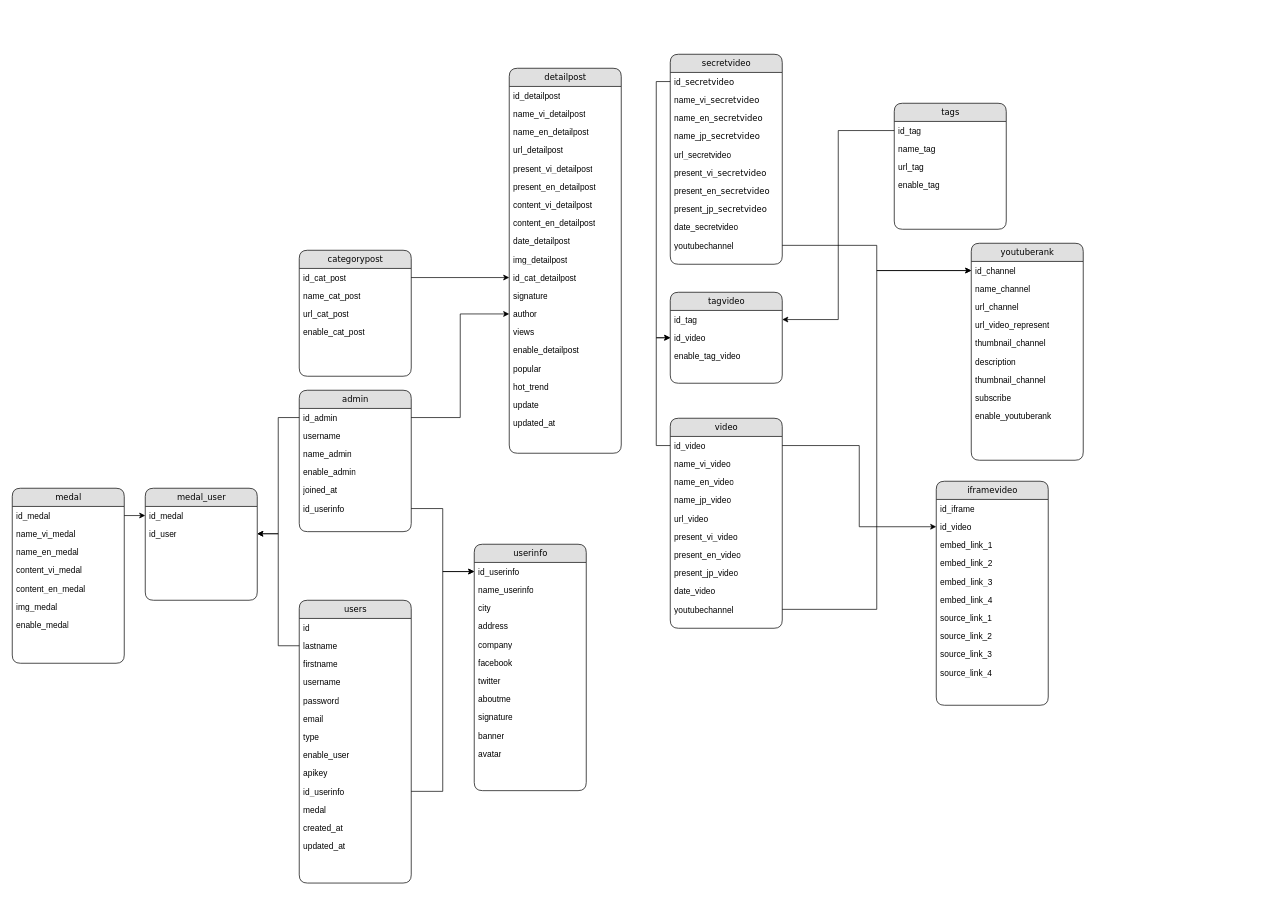
The draw.io diagram document/database.drawio in KINGDOMNVHAI/techbase, before the edit. Source tidied: cells renumbered, new cells numbered last; positions are measured from the earlier drawing's top-left corner, leaving out a move shared by most shapes. Both pictures are drawn from the tidied source at 70%, with x=0, y=0 at pixel (12, 54).
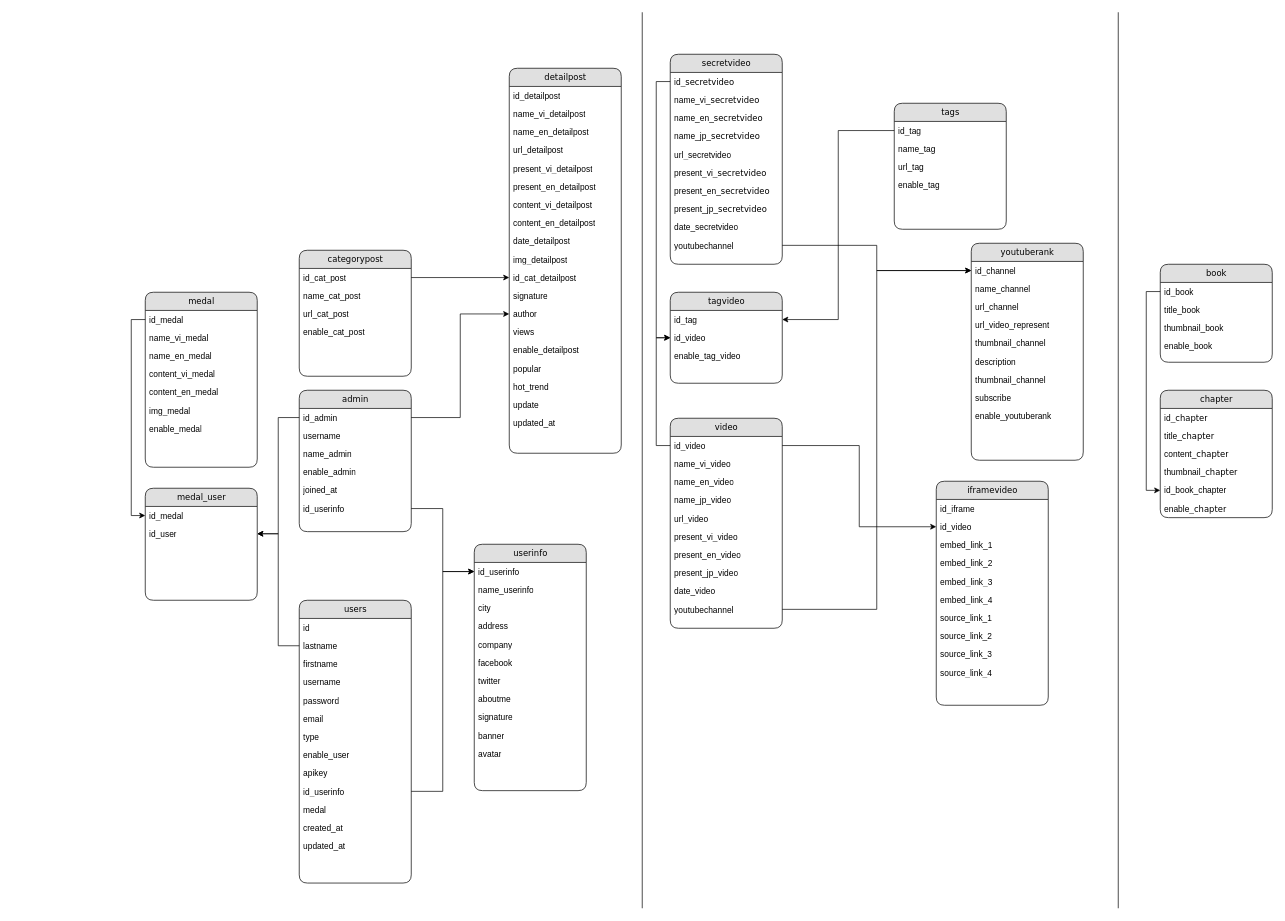
Above is the later version.

The change refers to these unchanged cells:
```xml
<mxCell id="100" value="id_medal" style="text;html=1;strokeColor=none;fillColor=none;spacingLeft=4;spacingRight=4;whiteSpace=wrap;overflow=hidden;points=[[0,0.5],[1,0.5]];portConstraint=eastwest;" parent="99" vertex="1">
  <mxGeometry y="26" width="160" height="26" as="geometry" />
</mxCell>
<mxCell id="108" value="id_medal" style="text;html=1;strokeColor=none;fillColor=none;spacingLeft=4;spacingRight=4;whiteSpace=wrap;overflow=hidden;points=[[0,0.5],[1,0.5]];portConstraint=eastwest;" parent="107" vertex="1">
  <mxGeometry y="26" width="160" height="26" as="geometry" />
</mxCell>
```

Change to the diagram source:
```diff
@@
     <mxCell id="99" value="medal" style="swimlane;html=1;fontStyle=0;horizontal=1;startSize=26;fillColor=#e0e0e0;swimlaneFillColor=#ffffff;align=center;rounded=1;shadow=0;comic=0;labelBackgroundColor=none;strokeWidth=1;fontFamily=Verdana;fontSize=12;" parent="1" vertex="1">
-      <mxGeometry y="620" width="160" height="250" as="geometry" />
+      <mxGeometry x="190" y="340" width="160" height="250" as="geometry" />
     </mxCell>
@@
-    <mxCell id="110" style="edgeStyle=orthogonalEdgeStyle;rounded=0;jettySize=auto;html=1;exitX=1;exitY=0.5;exitDx=0;exitDy=0;entryX=0;entryY=0.5;entryDx=0;entryDy=0;" parent="1" edge="1" source="100" target="108">
-      <mxGeometry relative="1" as="geometry" />
-    </mxCell>
@@
+    <mxCell id="136" style="endArrow=none;html=1;" parent="1" edge="1">
+      <mxGeometry relative="1" as="geometry">
+        <mxPoint x="900" y="1220" as="sourcePoint" />
+        <mxPoint x="900" y="-60" as="targetPoint" />
+      </mxGeometry>
+    </mxCell>
+    <mxCell id="137" style="endArrow=none;html=1;" parent="1" edge="1">
+      <mxGeometry relative="1" as="geometry">
+        <mxPoint x="1580" y="1220" as="sourcePoint" />
+        <mxPoint x="1580" y="-60" as="targetPoint" />
+      </mxGeometry>
+    </mxCell>
+    <mxCell id="110" style="edgeStyle=orthogonalEdgeStyle;rounded=0;jettySize=auto;html=1;entryX=0;entryY=0.5;entryDx=0;entryDy=0;" parent="1" edge="1" source="100" target="108">
+      <mxGeometry relative="1" as="geometry" />
+    </mxCell>
+    <mxCell id="138" value="book" style="swimlane;html=1;fontStyle=0;horizontal=1;startSize=26;fillColor=#e0e0e0;swimlaneFillColor=#ffffff;align=center;rounded=1;shadow=0;comic=0;labelBackgroundColor=none;strokeWidth=1;fontFamily=Verdana;fontSize=12;" parent="1" vertex="1">
+      <mxGeometry x="1640" y="300" width="160" height="140" as="geometry" />
+    </mxCell>
+    <mxCell id="139" value="id_book" style="text;html=1;strokeColor=none;fillColor=none;spacingLeft=4;spacingRight=4;whiteSpace=wrap;overflow=hidden;points=[[0,0.5],[1,0.5]];portConstraint=eastwest;" parent="138" vertex="1">
+      <mxGeometry y="26" width="160" height="26" as="geometry" />
+    </mxCell>
+    <mxCell id="140" value="title_book" style="text;html=1;strokeColor=none;fillColor=none;spacingLeft=4;spacingRight=4;whiteSpace=wrap;overflow=hidden;" parent="138" vertex="1">
+      <mxGeometry y="52" width="160" height="26" as="geometry" />
+    </mxCell>
+    <mxCell id="141" value="thumbnail_book" style="text;html=1;strokeColor=none;fillColor=none;spacingLeft=4;spacingRight=4;whiteSpace=wrap;overflow=hidden;" parent="138" vertex="1">
+      <mxGeometry y="78" width="160" height="26" as="geometry" />
+    </mxCell>
+    <mxCell id="142" value="enable_book" style="text;html=1;strokeColor=none;fillColor=none;spacingLeft=4;spacingRight=4;whiteSpace=wrap;overflow=hidden;" parent="138" vertex="1">
+      <mxGeometry y="104" width="160" height="26" as="geometry" />
+    </mxCell>
+    <mxCell id="143" value="chapter" style="swimlane;html=1;fontStyle=0;horizontal=1;startSize=26;fillColor=#e0e0e0;swimlaneFillColor=#ffffff;align=center;rounded=1;shadow=0;comic=0;labelBackgroundColor=none;strokeWidth=1;fontFamily=Verdana;fontSize=12;" parent="1" vertex="1">
+      <mxGeometry x="1640" y="480" width="160" height="182" as="geometry" />
+    </mxCell>
+    <mxCell id="144" value="id_&lt;span style=&quot;font-family: &amp;#34;verdana&amp;#34; ; text-align: center&quot;&gt;chapter&lt;/span&gt;" style="text;html=1;strokeColor=none;fillColor=none;spacingLeft=4;spacingRight=4;whiteSpace=wrap;overflow=hidden;" parent="143" vertex="1">
+      <mxGeometry y="26" width="160" height="26" as="geometry" />
+    </mxCell>
+    <mxCell id="145" value="title_&lt;span style=&quot;font-family: &amp;#34;verdana&amp;#34; ; text-align: center&quot;&gt;chapter&lt;/span&gt;" style="text;html=1;strokeColor=none;fillColor=none;spacingLeft=4;spacingRight=4;whiteSpace=wrap;overflow=hidden;" parent="143" vertex="1">
+      <mxGeometry y="52" width="160" height="26" as="geometry" />
+    </mxCell>
+    <mxCell id="146" value="content_&lt;span style=&quot;font-family: &amp;#34;verdana&amp;#34; ; text-align: center&quot;&gt;chapter&lt;/span&gt;" style="text;html=1;strokeColor=none;fillColor=none;spacingLeft=4;spacingRight=4;whiteSpace=wrap;overflow=hidden;" parent="143" vertex="1">
+      <mxGeometry y="78" width="160" height="26" as="geometry" />
+    </mxCell>
+    <mxCell id="147" value="thumbnail_&lt;span style=&quot;font-family: &amp;#34;verdana&amp;#34; ; text-align: center&quot;&gt;chapter&lt;/span&gt;" style="text;html=1;strokeColor=none;fillColor=none;spacingLeft=4;spacingRight=4;whiteSpace=wrap;overflow=hidden;" parent="143" vertex="1">
+      <mxGeometry y="104" width="160" height="26" as="geometry" />
+    </mxCell>
+    <mxCell id="148" value="id_book_chapter" style="text;html=1;strokeColor=none;fillColor=none;spacingLeft=4;spacingRight=4;whiteSpace=wrap;overflow=hidden;points=[[0,0.5],[1,0.5]];portConstraint=eastwest;" parent="143" vertex="1">
+      <mxGeometry y="130" width="160" height="26" as="geometry" />
+    </mxCell>
+    <mxCell id="149" value="enable_&lt;span style=&quot;font-family: &amp;#34;verdana&amp;#34; ; text-align: center&quot;&gt;chapter&lt;/span&gt;" style="text;html=1;strokeColor=none;fillColor=none;spacingLeft=4;spacingRight=4;whiteSpace=wrap;overflow=hidden;" parent="143" vertex="1">
+      <mxGeometry y="156" width="160" height="26" as="geometry" />
+    </mxCell>
+    <mxCell id="150" style="edgeStyle=orthogonalEdgeStyle;rounded=0;jettySize=auto;html=1;entryX=0;entryY=0.5;entryDx=0;entryDy=0;" parent="1" edge="1" source="139" target="148">
+      <mxGeometry relative="1" as="geometry" />
+    </mxCell>
```
